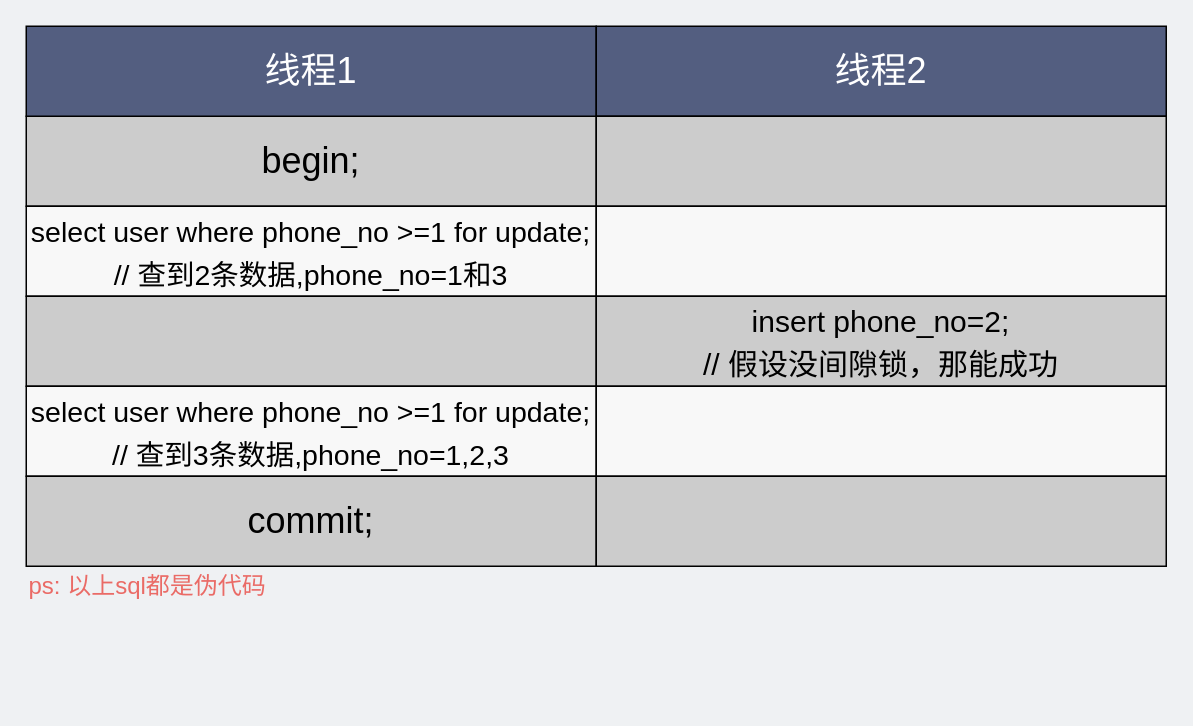
xiaobaiTech/image keeps this draw.io diagram as network/间隙锁解决幻读.drawio. Above is the earlier version. Source tidied: cells renumbered, new cells numbered last; positions are measured from the earlier drawing's top-left corner, leaving out a move shared by most shapes. Both pictures are drawn from the tidied source at 150%, with x=0, y=0 at pixel (26, 26).
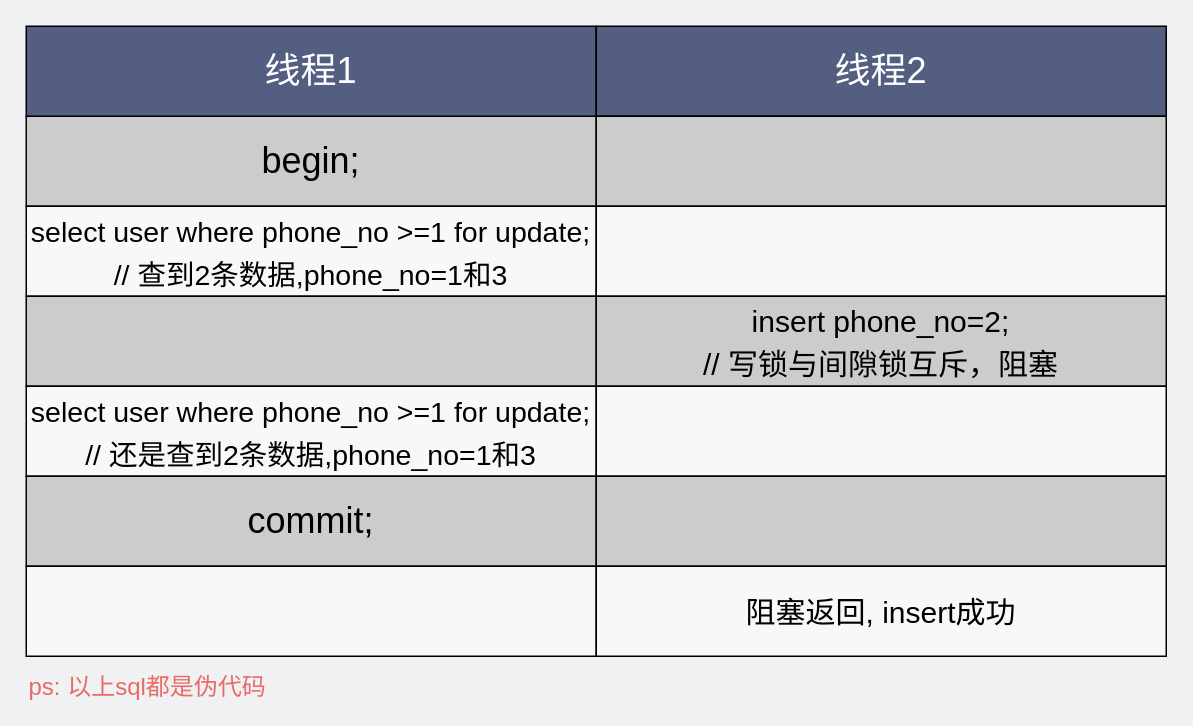
The same page after the edit.

Commit message:
Update 间隙锁解决幻读.drawio

What changed in the source:
```diff
@@
 <mxGraphModel background="#EFF1F3">
   <root>
     <mxCell id="0" />
     <mxCell id="1" parent="0" />
     <mxCell id="2" value="begin;" style="rounded=0;whiteSpace=wrap;html=1;fillColor=#CCCCCC;gradientColor=none;fontSize=24;" parent="1" vertex="1">
       <mxGeometry y="60" width="380" height="60" as="geometry" />
     </mxCell>
     <mxCell id="3" value="&lt;font color=&quot;#ffffff&quot; style=&quot;font-size: 24px;&quot;&gt;线程1&lt;/font&gt;" style="rounded=0;whiteSpace=wrap;html=1;fillColor=#535E80;gradientColor=none;fontSize=24;" parent="1" vertex="1">
       <mxGeometry width="380" height="60" as="geometry" />
     </mxCell>
     <mxCell id="4" value="&lt;font color=&quot;#ffffff&quot; style=&quot;font-size: 24px;&quot;&gt;线程2&lt;/font&gt;" style="rounded=0;whiteSpace=wrap;html=1;fillColor=#535E80;gradientColor=none;fontSize=24;" parent="1" vertex="1">
       <mxGeometry x="380" width="380" height="60" as="geometry" />
     </mxCell>
     <mxCell id="5" style="rounded=0;whiteSpace=wrap;html=1;fillColor=#CCCCCC;gradientColor=none;fontSize=24;" parent="1" vertex="1">
       <mxGeometry x="380" y="60" width="380" height="60" as="geometry" />
     </mxCell>
     <mxCell id="6" value="&lt;font style=&quot;font-size: 19px&quot;&gt;select user where phone_no &amp;gt;=1 for update; // 查到2条数据,phone_no=1和3&lt;/font&gt;" style="rounded=0;whiteSpace=wrap;html=1;fillColor=#F8F8F8;gradientColor=none;fontSize=24;" parent="1" vertex="1">
       <mxGeometry y="120" width="380" height="60" as="geometry" />
     </mxCell>
     <mxCell id="7" style="rounded=0;whiteSpace=wrap;html=1;fillColor=#F8F8F8;gradientColor=none;fontSize=24;" parent="1" vertex="1">
       <mxGeometry x="380" y="120" width="380" height="60" as="geometry" />
     </mxCell>
     <mxCell id="8" style="rounded=0;whiteSpace=wrap;html=1;fillColor=#CCCCCC;gradientColor=none;fontSize=24;" parent="1" vertex="1">
       <mxGeometry y="180" width="380" height="60" as="geometry" />
     </mxCell>
-    <mxCell id="9" value="&lt;font style=&quot;font-size: 20px&quot;&gt;insert phone_no=2; &lt;br&gt;// 假设没间隙锁，那能成功&lt;/font&gt;" style="rounded=0;whiteSpace=wrap;html=1;fillColor=#CCCCCC;gradientColor=none;fontSize=24;" parent="1" vertex="1">
+    <mxCell id="9" value="&lt;font style=&quot;font-size: 20px&quot;&gt;insert phone_no=2; &lt;br&gt;// 写锁与间隙锁互斥，阻塞&lt;/font&gt;" style="rounded=0;whiteSpace=wrap;html=1;fillColor=#CCCCCC;gradientColor=none;fontSize=24;" parent="1" vertex="1">
       <mxGeometry x="380" y="180" width="380" height="60" as="geometry" />
     </mxCell>
-    <mxCell id="10" value="&lt;span style=&quot;font-size: 19px&quot;&gt;select user where phone_no &amp;gt;=1 for update; // 查到3条数据,phone_no=1,2,3&lt;/span&gt;" style="rounded=0;whiteSpace=wrap;html=1;fillColor=#F8F8F8;gradientColor=none;fontSize=24;" parent="1" vertex="1">
+    <mxCell id="10" value="&lt;span style=&quot;font-size: 19px&quot;&gt;select user where phone_no &amp;gt;=1 for update; // 还是&lt;/span&gt;&lt;span style=&quot;font-size: 19px&quot;&gt;查到2条数据,phone_no=1和3&lt;/span&gt;" style="rounded=0;whiteSpace=wrap;html=1;fillColor=#F8F8F8;gradientColor=none;fontSize=24;" parent="1" vertex="1">
       <mxGeometry y="240" width="380" height="60" as="geometry" />
     </mxCell>
     <mxCell id="11" style="rounded=0;whiteSpace=wrap;html=1;fillColor=#F8F8F8;gradientColor=none;fontSize=24;" parent="1" vertex="1">
       <mxGeometry x="380" y="240" width="380" height="60" as="geometry" />
     </mxCell>
     <mxCell id="12" value="commit;" style="rounded=0;whiteSpace=wrap;html=1;fillColor=#CCCCCC;gradientColor=none;fontSize=24;" parent="1" vertex="1">
       <mxGeometry y="300" width="380" height="60" as="geometry" />
     </mxCell>
     <mxCell id="13" style="rounded=0;whiteSpace=wrap;html=1;fillColor=#CCCCCC;gradientColor=none;fontSize=24;" parent="1" vertex="1">
       <mxGeometry x="380" y="300" width="380" height="60" as="geometry" />
     </mxCell>
     <mxCell id="14" value="&lt;font color=&quot;#ea6b66&quot; style=&quot;font-size: 16px&quot;&gt;ps: 以上sql都是伪代码&lt;/font&gt;" style="text;html=1;strokeColor=none;fillColor=none;align=left;verticalAlign=middle;whiteSpace=wrap;rounded=0;fontSize=20;" parent="1" vertex="1">
-      <mxGeometry y="360" width="211" height="21" as="geometry" />
+      <mxGeometry y="427" width="211" height="21" as="geometry" />
     </mxCell>
+    <mxCell id="15" style="rounded=0;whiteSpace=wrap;html=1;fillColor=#F8F8F8;gradientColor=none;fontSize=24;" parent="1" vertex="1">
+      <mxGeometry y="360" width="380" height="60" as="geometry" />
+    </mxCell>
+    <mxCell id="16" value="&lt;font style=&quot;font-size: 20px&quot;&gt;阻塞返回, insert成功&lt;/font&gt;" style="rounded=0;whiteSpace=wrap;html=1;fillColor=#F8F8F8;gradientColor=none;fontSize=24;" parent="1" vertex="1">
+      <mxGeometry x="380" y="360" width="380" height="60" as="geometry" />
+    </mxCell>
   </root>
 </mxGraphModel>
```
